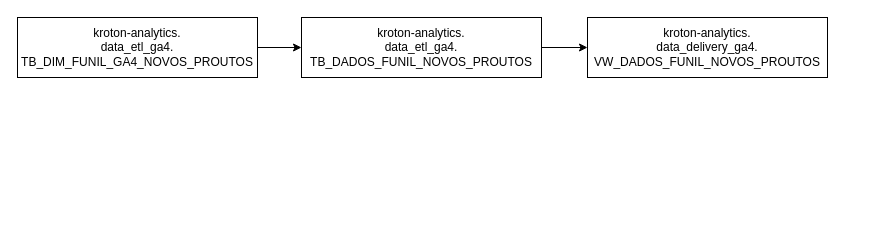
Before: Diagrama sem nome.drawio in apeferes/apeferes, a draw.io diagram. Source tidied: cells renumbered, new cells numbered last; positions are measured from the earlier drawing's top-left corner, leaving out a move shared by most shapes. Both pictures are drawn from the tidied source at 100%, with x=0, y=0 at pixel (17, 17).
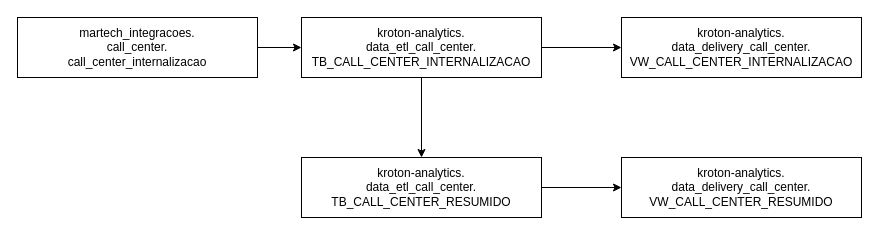
After the change.

Change to the diagram source:
```diff
@@
 <mxGraphModel>
   <root>
     <mxCell id="0" />
     <mxCell id="1" parent="0" />
     <mxCell id="2" style="edgeStyle=orthogonalEdgeStyle;rounded=0;jettySize=auto;html=1;" parent="1" edge="1" source="3" target="5">
       <mxGeometry relative="1" as="geometry" />
     </mxCell>
-    <mxCell id="3" value="kroton-analytics.&lt;div&gt;data_etl_ga4.&lt;/div&gt;&lt;div&gt;TB_DIM_FUNIL_GA4_NOVOS_PROUTOS&lt;/div&gt;" style="rounded=0;whiteSpace=wrap;html=1;" parent="1" vertex="1">
+    <mxCell id="3" value="martech_integracoes.&lt;div&gt;call_center.&lt;/div&gt;&lt;div&gt;call_center_internalizacao&lt;/div&gt;" style="rounded=0;whiteSpace=wrap;html=1;" parent="1" vertex="1">
       <mxGeometry width="240" height="60" as="geometry" />
     </mxCell>
-    <mxCell id="4" style="edgeStyle=orthogonalEdgeStyle;rounded=0;jettySize=auto;html=1;" parent="1" edge="1" source="5" target="6">
-      <mxGeometry relative="1" as="geometry" />
-    </mxCell>
+    <mxCell id="7" style="edgeStyle=orthogonalEdgeStyle;rounded=0;jettySize=auto;html=1;" parent="1" edge="1" source="5" target="9">
+      <mxGeometry relative="1" as="geometry" />
+    </mxCell>
+    <mxCell id="8" style="edgeStyle=orthogonalEdgeStyle;rounded=0;jettySize=auto;html=1;" parent="1" edge="1" source="5" target="11">
+      <mxGeometry relative="1" as="geometry" />
+    </mxCell>
-    <mxCell id="5" value="kroton-analytics.&lt;div&gt;data_etl_ga4.&lt;/div&gt;&lt;div&gt;TB_DADOS_FUNIL_NOVOS_PROUTOS&lt;/div&gt;" style="rounded=0;whiteSpace=wrap;html=1;" parent="1" vertex="1">
+    <mxCell id="5" value="kroton-analytics.&lt;div&gt;data_etl_call_center.&lt;/div&gt;&lt;div&gt;TB_CALL_CENTER_INTERNALIZACAO&lt;/div&gt;" style="rounded=0;whiteSpace=wrap;html=1;" parent="1" vertex="1">
       <mxGeometry x="284" width="240" height="60" as="geometry" />
     </mxCell>
-    <mxCell id="6" value="kroton-analytics.&lt;div&gt;data_delivery_ga4.&lt;/div&gt;&lt;div&gt;VW_DADOS_FUNIL_NOVOS_PROUTOS&lt;/div&gt;" style="rounded=0;whiteSpace=wrap;html=1;" parent="1" vertex="1">
-      <mxGeometry x="570" width="240" height="60" as="geometry" />
-    </mxCell>
+    <mxCell id="9" value="kroton-analytics.&lt;div&gt;data_delivery_call_center.&lt;/div&gt;&lt;div&gt;VW_CALL_CENTER_INTERNALIZACAO&lt;/div&gt;" style="rounded=0;whiteSpace=wrap;html=1;" parent="1" vertex="1">
+      <mxGeometry x="604" width="240" height="60" as="geometry" />
+    </mxCell>
+    <mxCell id="10" style="edgeStyle=orthogonalEdgeStyle;rounded=0;jettySize=auto;html=1;" parent="1" edge="1" source="11" target="12">
+      <mxGeometry relative="1" as="geometry" />
+    </mxCell>
+    <mxCell id="11" value="kroton-analytics.&lt;div&gt;data_etl_call_center.&lt;/div&gt;&lt;div&gt;TB_CALL_CENTER_RESUMIDO&lt;/div&gt;" style="rounded=0;whiteSpace=wrap;html=1;" parent="1" vertex="1">
+      <mxGeometry x="284" y="140" width="240" height="60" as="geometry" />
+    </mxCell>
+    <mxCell id="12" value="kroton-analytics.&lt;div&gt;data_delivery_call_center.&lt;/div&gt;&lt;div&gt;VW_CALL_CENTER_RESUMIDO&lt;/div&gt;" style="rounded=0;whiteSpace=wrap;html=1;" parent="1" vertex="1">
+      <mxGeometry x="604" y="140" width="240" height="60" as="geometry" />
+    </mxCell>
   </root>
 </mxGraphModel>
```
